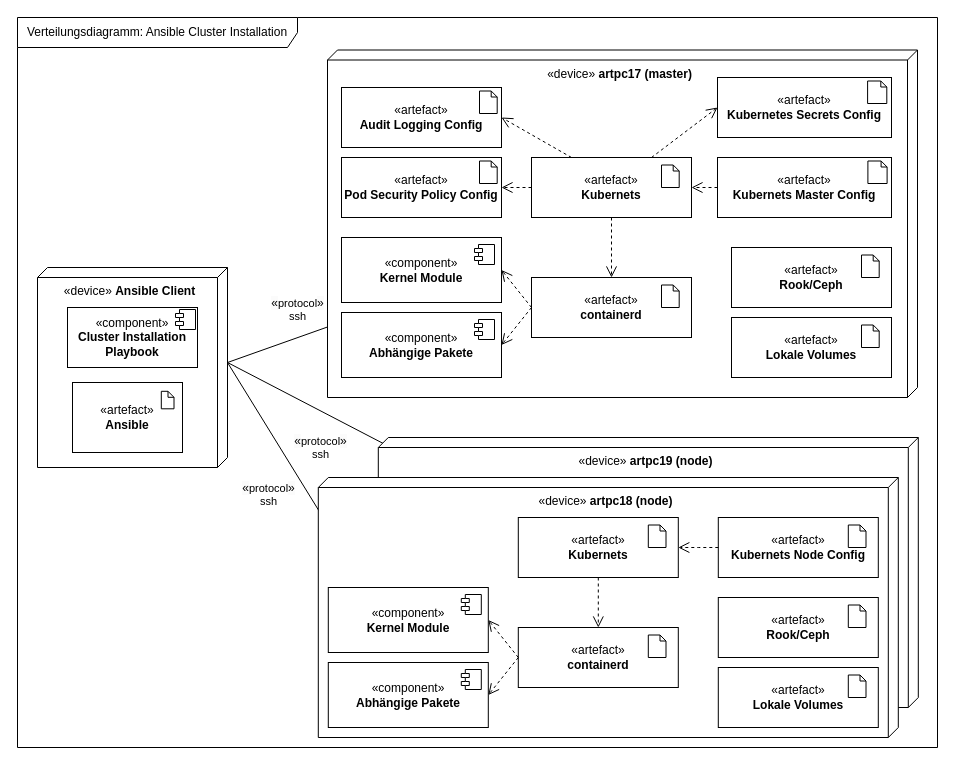
Above: uni-bsc/Ansible-Installation.drawio in pogii123/drawio-charts (draw.io), before the change. Source tidied: cells renumbered, new cells numbered last; positions are measured from the earlier drawing's top-left corner, leaving out a move shared by most shapes. Both pictures are drawn from the tidied source at 100%, with x=0, y=0 at pixel (17, 17).
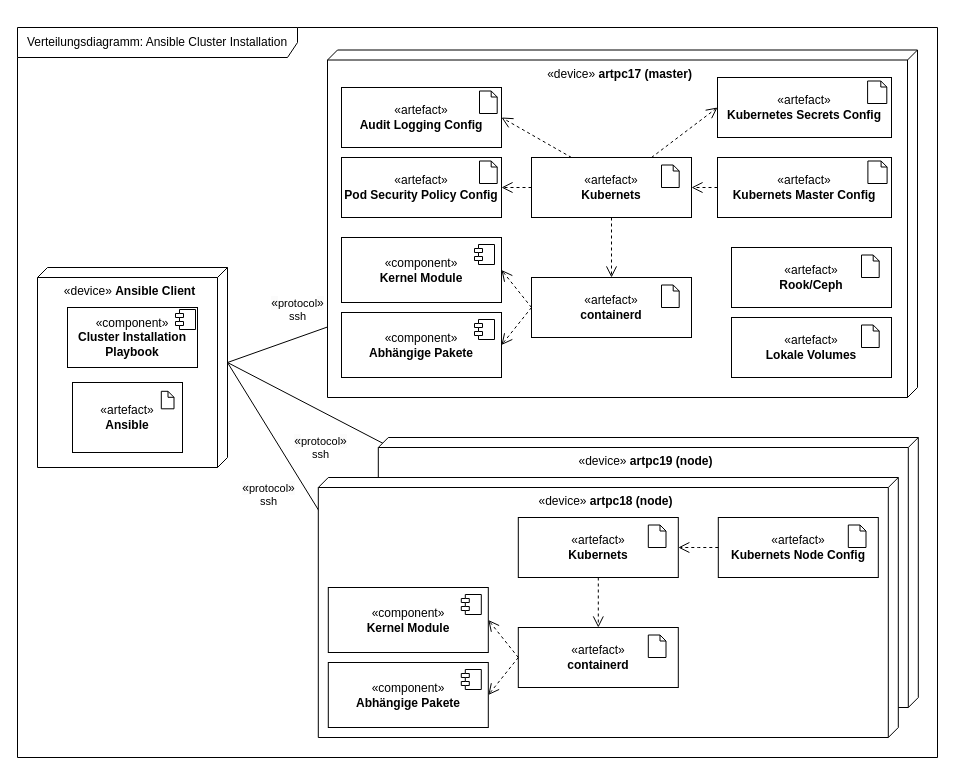
After the change.

What changed in the source:
```diff
@@
     <mxCell id="14" value="Verteilungsdiagramm: Ansible Cluster Installation" style="shape=umlFrame;whiteSpace=wrap;html=1;width=280;height=30;" parent="1" vertex="1">
-      <mxGeometry width="920" height="730" as="geometry" />
+      <mxGeometry y="10" width="920" height="730" as="geometry" />
     </mxCell>
@@
-    <mxCell id="30" style="group;" parent="1" vertex="1">
-      <mxGeometry x="700.8" y="580" width="160" height="60" as="geometry" />
-    </mxCell>
-    <mxCell id="31" value="«artefact»&lt;br&gt;&lt;b&gt;Rook/Ceph&lt;/b&gt;" style="html=1;whiteSpace=wrap;" parent="30" vertex="1">
-      <mxGeometry width="160" height="60" as="geometry" />
-    </mxCell>
-    <mxCell id="32" style="shape=note2;boundedLbl=1;whiteSpace=wrap;html=1;size=6;verticalAlign=top;align=left;spacingLeft=5;" parent="30" vertex="1">
-      <mxGeometry x="130" y="7.5" width="17.7" height="22.5" as="geometry" />
-    </mxCell>
-    <mxCell id="33" style="group;" parent="1" vertex="1">
-      <mxGeometry x="700.8" y="650" width="160" height="60" as="geometry" />
-    </mxCell>
-    <mxCell id="34" value="«artefact»&lt;br&gt;&lt;b&gt;Lokale Volumes&lt;/b&gt;" style="html=1;whiteSpace=wrap;" parent="33" vertex="1">
-      <mxGeometry width="160" height="60" as="geometry" />
-    </mxCell>
-    <mxCell id="35" style="shape=note2;boundedLbl=1;whiteSpace=wrap;html=1;size=6;verticalAlign=top;align=left;spacingLeft=5;" parent="33" vertex="1">
-      <mxGeometry x="130" y="7.5" width="17.7" height="22.5" as="geometry" />
-    </mxCell>
```
